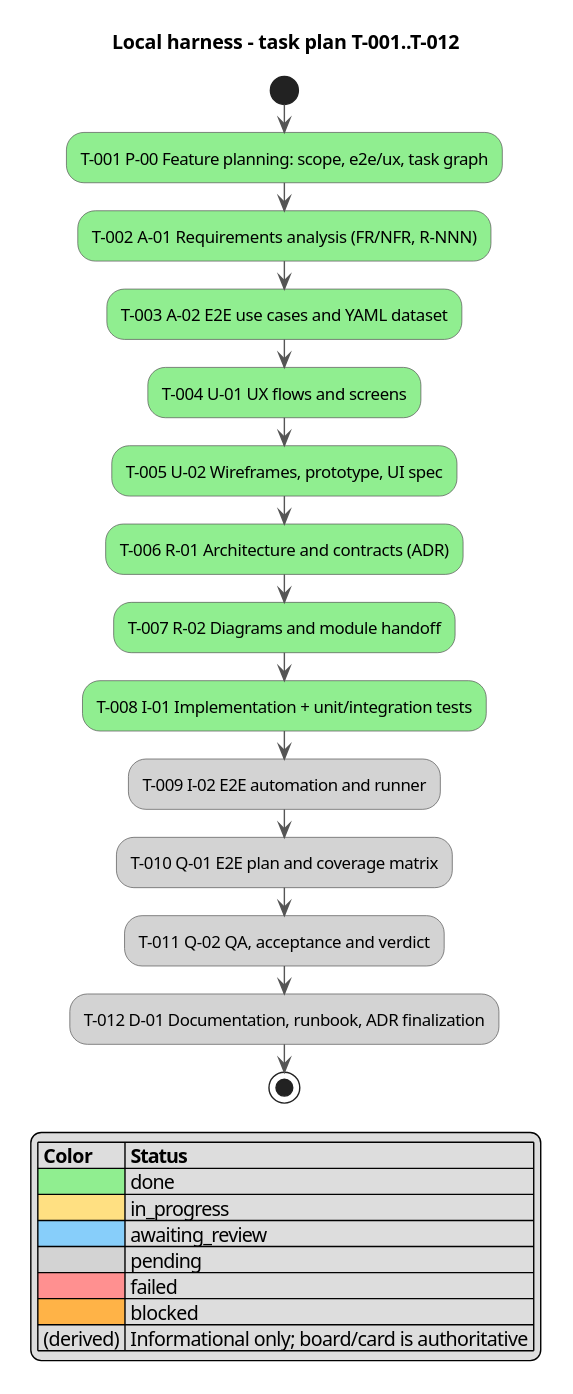
Above: docs/activity.svg in serge-sasov/ai-task-tracker (PlantUML), before the change.
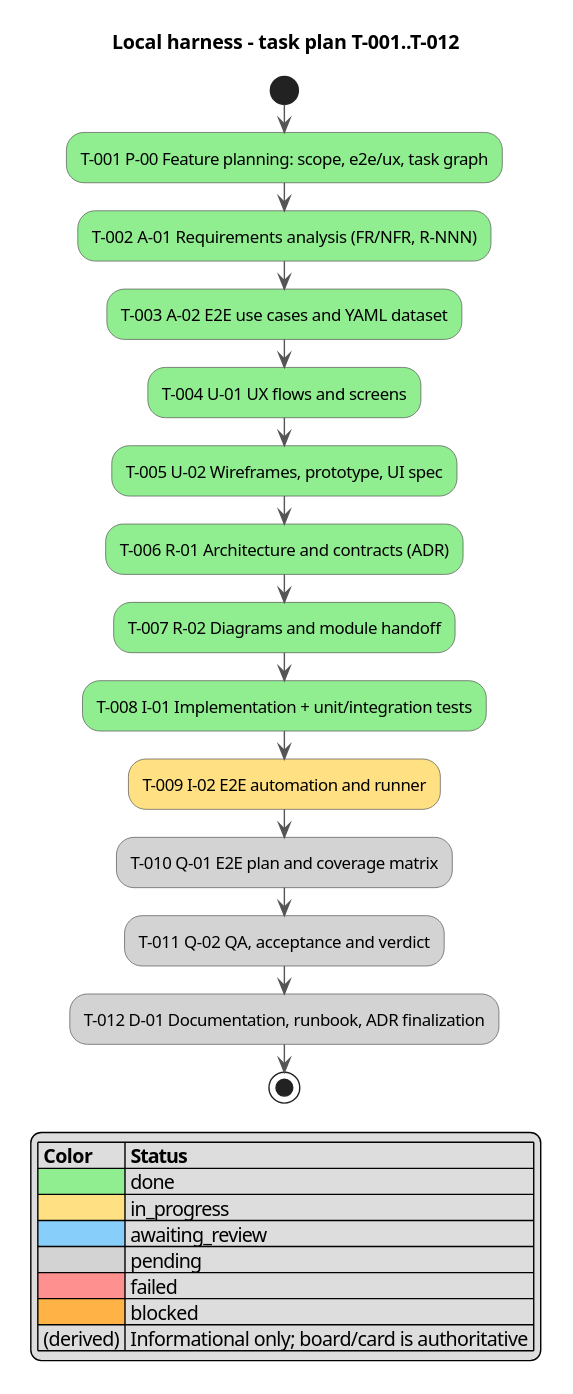
Later version of the same file.

Commit message:
T-009: in_progress (I-02 e2e automation start)

Change to the diagram source:
```diff
@@ -14,7 +14,7 @@
 :T-006 R-01 Architecture and contracts (ADR); <<#90EE90>>
 :T-007 R-02 Diagrams and module handoff; <<#90EE90>>
 :T-008 I-01 Implementation + unit/integration tests; <<#90EE90>>
-:T-009 I-02 E2E automation and runner; <<#D3D3D3>>
+:T-009 I-02 E2E automation and runner; <<#FFE082>>
 :T-010 Q-01 E2E plan and coverage matrix; <<#D3D3D3>>
 :T-011 Q-02 QA, acceptance and verdict; <<#D3D3D3>>
 :T-012 D-01 Documentation, runbook, ADR finalization; <<#D3D3D3>>
```
